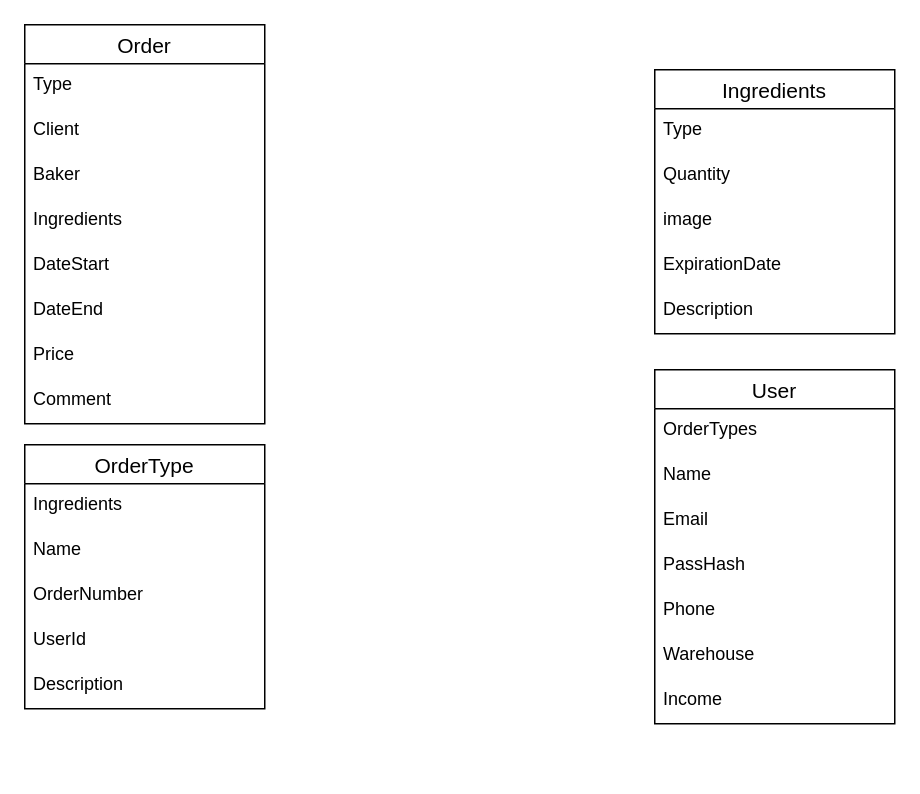
This is logic.drawio from uBake/backend, a draw.io file, before an edit. Source tidied: cells renumbered, new cells numbered last; positions are measured from the earlier drawing's top-left corner, leaving out a move shared by most shapes. Both pictures are drawn from the tidied source at 150%, with x=0, y=0 at pixel (24, 24).
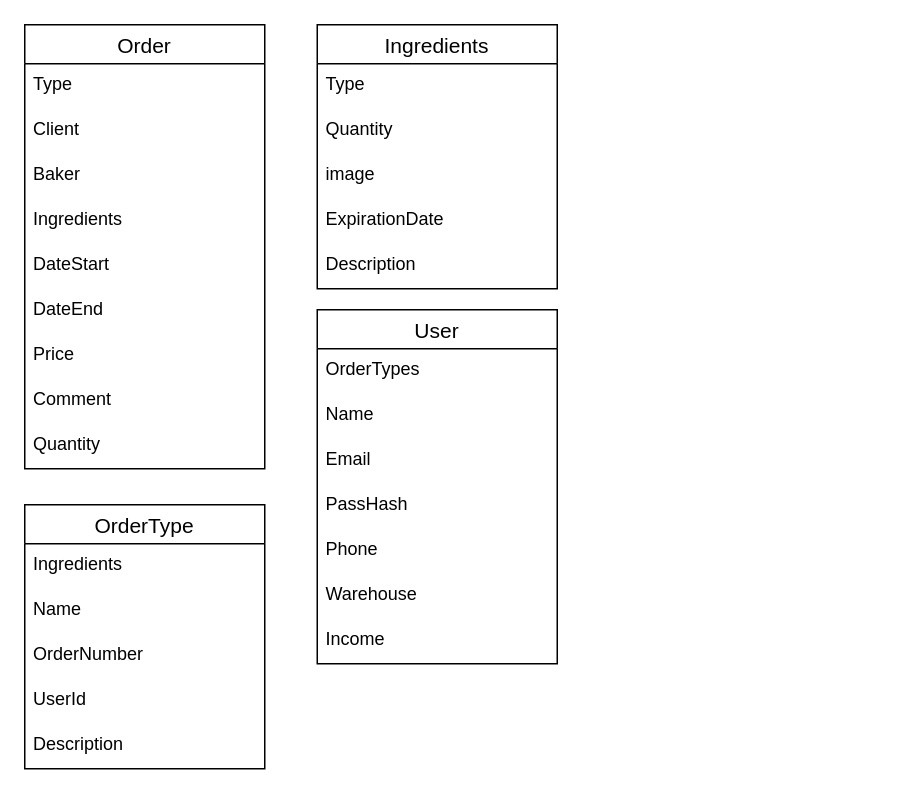
The same diagram, later.

Change to the diagram source:
```diff
@@
     <mxCell id="2" value="Order" style="swimlane;fontStyle=0;horizontal=1;startSize=26;align=center;fontSize=14;" parent="1" vertex="1">
-      <mxGeometry width="160" height="266" as="geometry" />
+      <mxGeometry width="160" height="296" as="geometry" />
     </mxCell>
@@
+    <mxCell id="31" value="Quantity" style="text;strokeColor=none;fillColor=none;spacingLeft=4;spacingRight=4;overflow=hidden;fontSize=12;" parent="2" vertex="1">
+      <mxGeometry y="266" width="160" height="30" as="geometry" />
+    </mxCell>
     <mxCell id="11" value="Ingredients" style="swimlane;fontStyle=0;horizontal=1;startSize=26;align=center;fontSize=14;" parent="1" vertex="1">
-      <mxGeometry x="420" y="30" width="160" height="176" as="geometry" />
+      <mxGeometry x="195" width="160" height="176" as="geometry" />
     </mxCell>
@@
     <mxCell id="17" value="User" style="swimlane;fontStyle=0;horizontal=1;startSize=26;align=center;fontSize=14;" parent="1" vertex="1">
-      <mxGeometry x="420" y="230" width="160" height="236" as="geometry" />
+      <mxGeometry x="195" y="190" width="160" height="236" as="geometry" />
     </mxCell>
@@
     <mxCell id="25" value="OrderType" style="swimlane;fontStyle=0;horizontal=1;startSize=26;align=center;fontSize=14;" parent="1" vertex="1">
-      <mxGeometry y="280" width="160" height="176" as="geometry" />
+      <mxGeometry y="320" width="160" height="176" as="geometry" />
     </mxCell>
```
